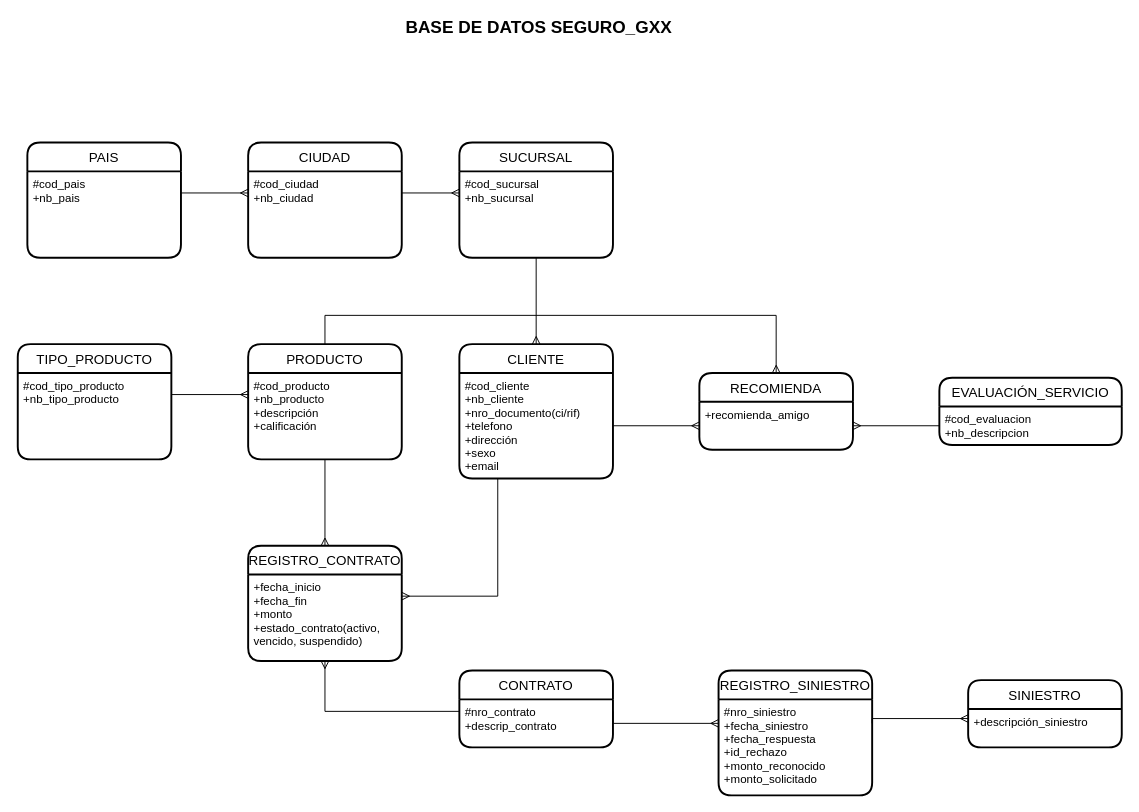
sofiaromorales/seguros-altavista keeps this draw.io diagram as ER-modelo-relacional.drawio. Above is the earlier version. Source tidied: cells renumbered, new cells numbered last; positions are measured from the earlier drawing's top-left corner, leaving out a move shared by most shapes. Both pictures are drawn from the tidied source at 96%, with x=0, y=0 at pixel (17, 17).
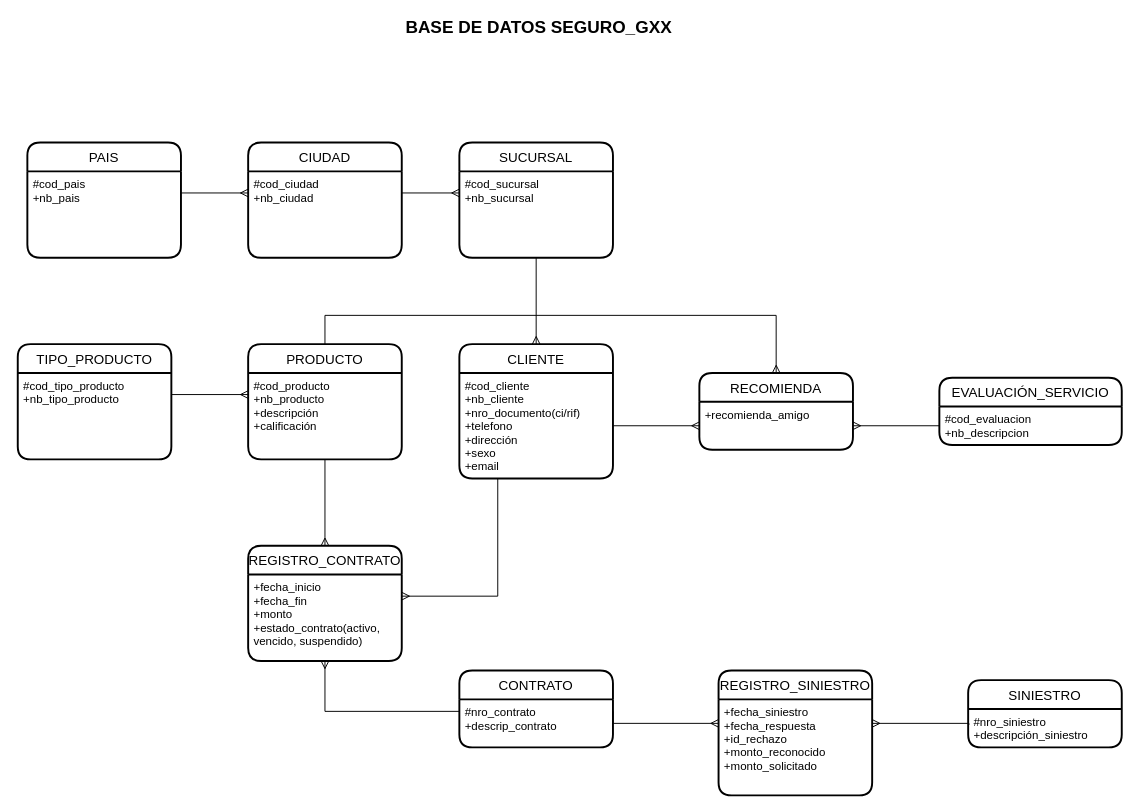
After the change.

Unchanged cells that the change refers to:
```xml
<mxCell id="30" value="REGISTRO_SINIESTRO" style="swimlane;horizontal=1;startSize=30;rounded=1;fontSize=14;fontStyle=0;strokeWidth=2;shadow=0;dashed=0;align=center;" parent="1" vertex="1">
  <mxGeometry x="730" y="680" width="160" height="130" as="geometry" />
</mxCell>
<mxCell id="33" value="SINIESTRO" style="swimlane;horizontal=1;startSize=30;rounded=1;fontSize=14;fontStyle=0;strokeWidth=2;shadow=0;dashed=0;align=center;" parent="1" vertex="1">
  <mxGeometry x="990" y="690" width="160" height="70" as="geometry" />
</mxCell>
```

The edit, as a diff of the source:
```diff
@@
-    <mxCell id="31" value="#nro_siniestro&#10;+fecha_siniestro&#10;+fecha_respuesta&#10;+id_rechazo&#10;+monto_reconocido&#10;+monto_solicitado" style="align=left;strokeColor=none;fillColor=none;spacingLeft=4;fontSize=12;verticalAlign=top;" parent="30" vertex="1">
+    <mxCell id="31" value="+fecha_siniestro&#10;+fecha_respuesta&#10;+id_rechazo&#10;+monto_reconocido&#10;+monto_solicitado" style="align=left;strokeColor=none;fillColor=none;spacingLeft=4;fontSize=12;verticalAlign=top;" parent="30" vertex="1">
       <mxGeometry y="30" width="160" height="100" as="geometry" />
     </mxCell>
@@
-    <mxCell id="34" value="+descripción_siniestro" style="align=left;strokeColor=none;fillColor=none;spacingLeft=4;fontSize=12;verticalAlign=top;" parent="33" vertex="1">
+    <mxCell id="34" value="#nro_siniestro&#10;+descripción_siniestro" style="align=left;strokeColor=none;fillColor=none;spacingLeft=4;fontSize=12;verticalAlign=top;" parent="33" vertex="1">
       <mxGeometry y="30" width="160" height="40" as="geometry" />
     </mxCell>
-    <mxCell id="35" style="edgeStyle=orthogonalEdgeStyle;rounded=0;jettySize=auto;html=1;exitX=1;exitY=0.25;exitDx=0;exitDy=0;entryX=0;entryY=0.25;entryDx=0;entryDy=0;endArrow=ERmany;endFill=0;" parent="1" edge="1" source="31" target="34">
+    <mxCell id="35" style="edgeStyle=orthogonalEdgeStyle;rounded=0;jettySize=auto;html=1;exitX=1;exitY=0.25;exitDx=0;exitDy=0;entryX=0.005;entryY=0.413;entryDx=0;entryDy=0;endArrow=none;endFill=0;startArrow=ERmany;startFill=0;entryPerimeter=0;" parent="1" edge="1" source="31" target="34">
       <mxGeometry relative="1" as="geometry">
         <Array as="points">
-          <mxPoint x="890" y="730" />
+          <mxPoint x="991" y="735" />
         </Array>
       </mxGeometry>
     </mxCell>
```
